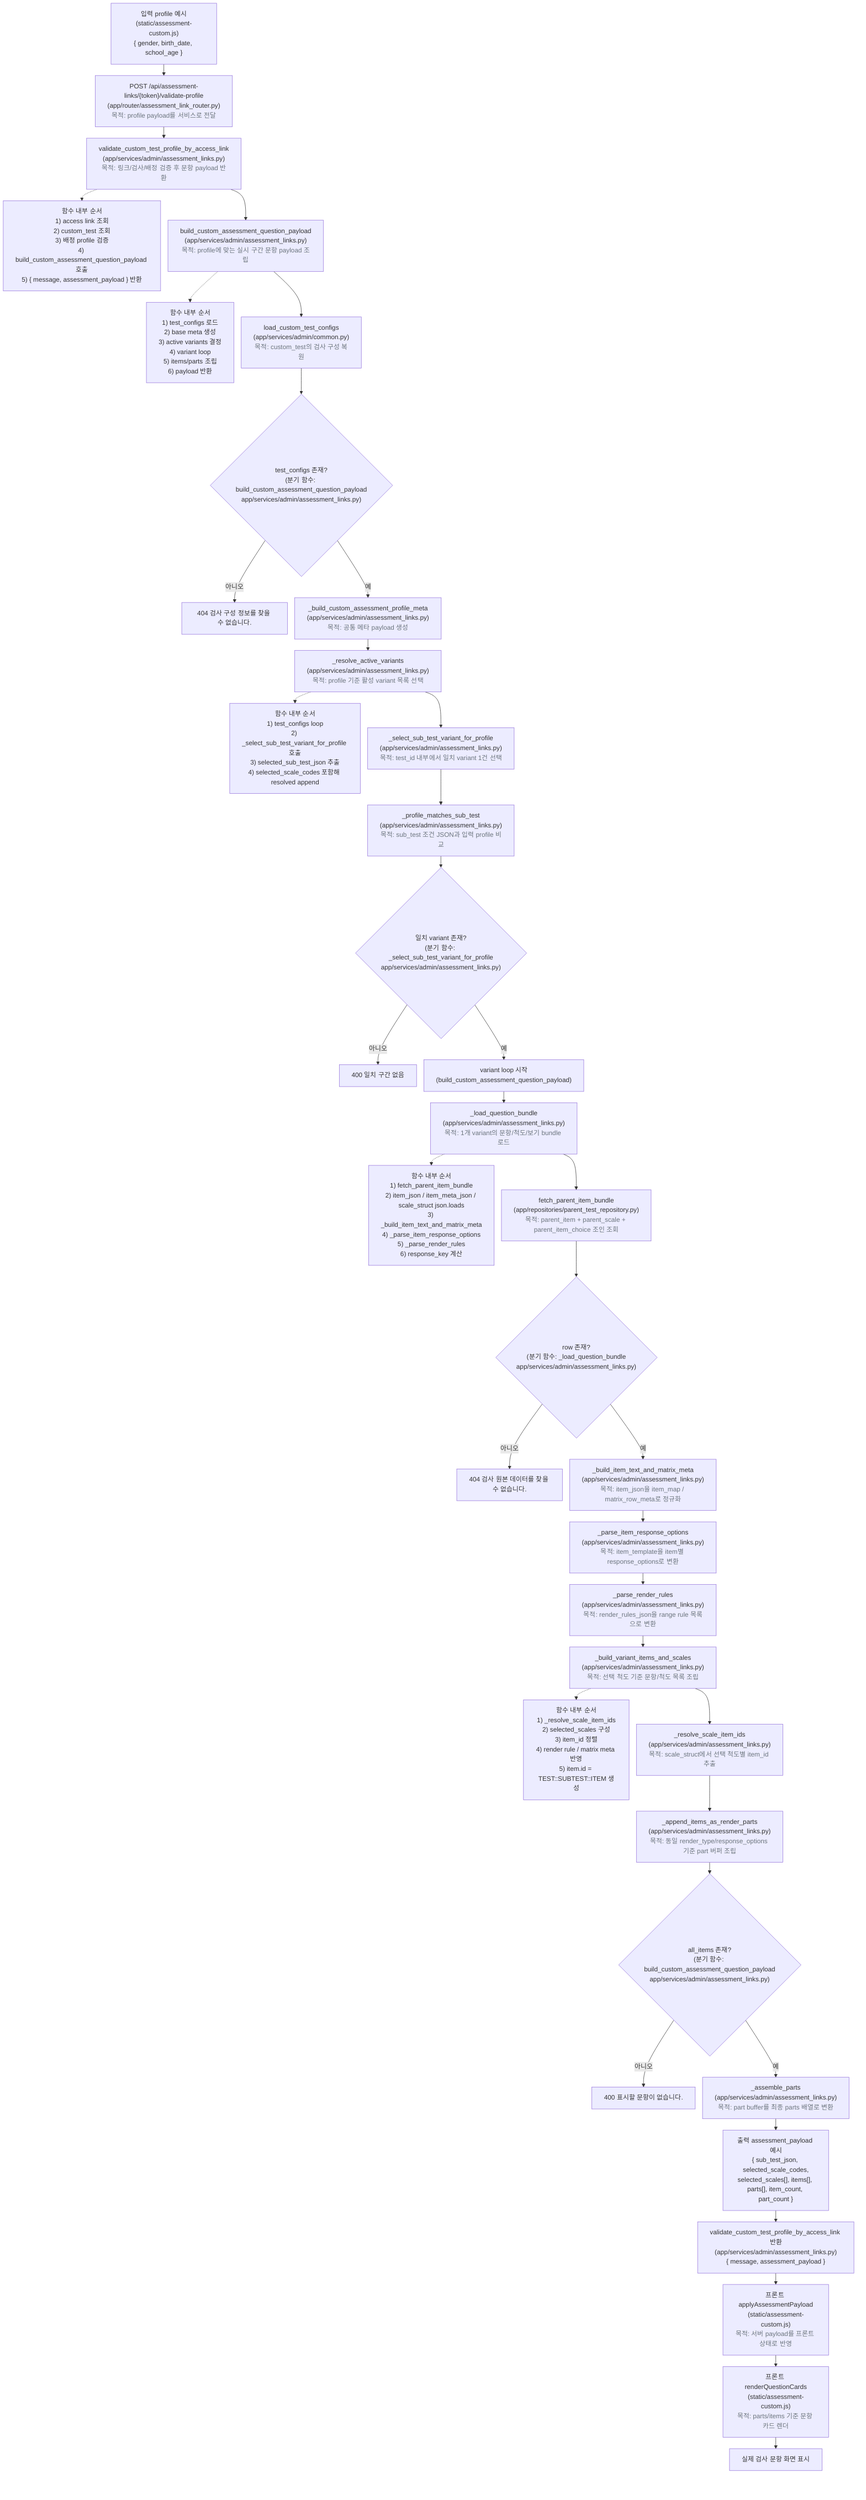
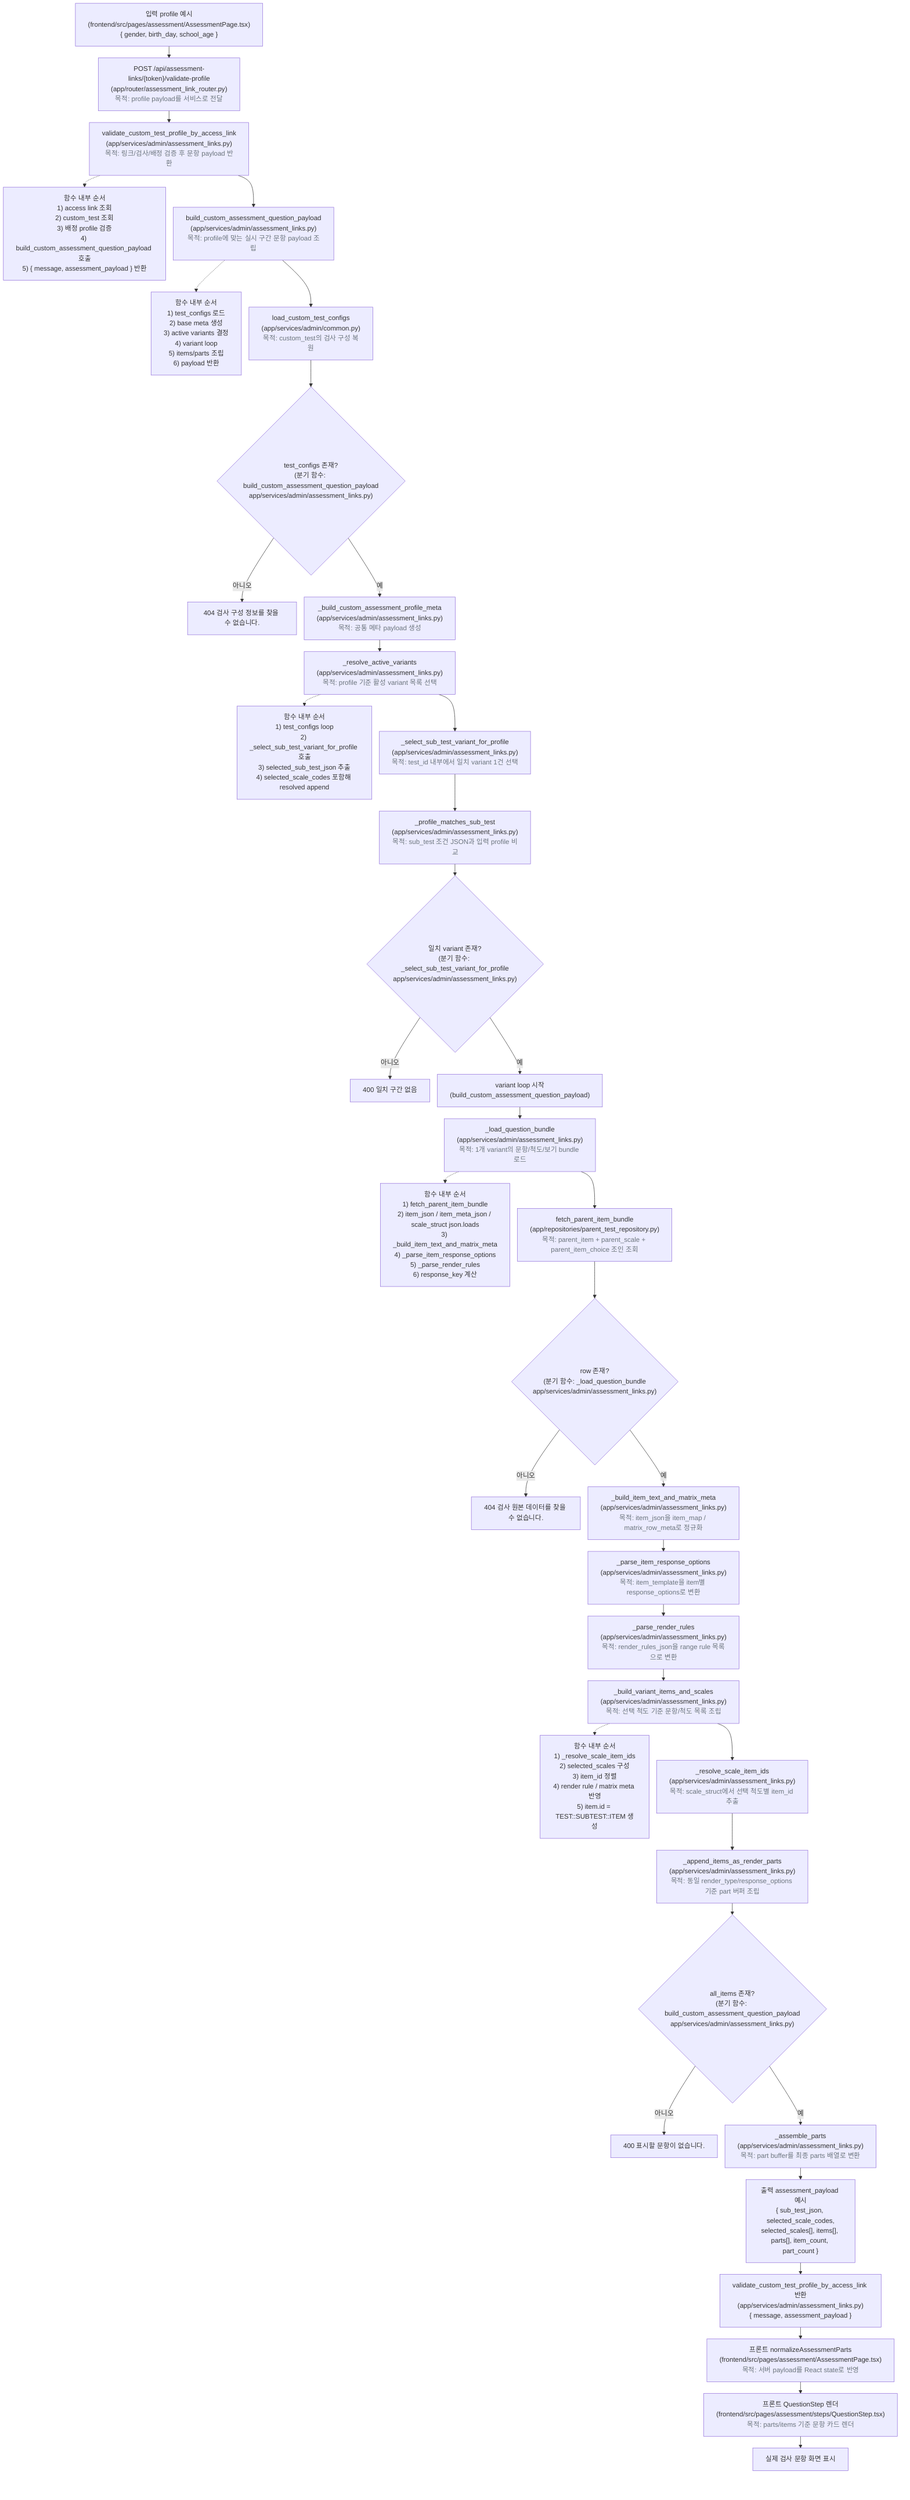
%%{init: {'flowchart': {'nodeSpacing': 18, 'rankSpacing': 28}}}%%
flowchart TD
-     A["입력 profile 예시\n(static/assessment-custom.js)\n{ gender, birth_date, school_age }"] --> A1["POST /api/assessment-links/{token}/validate-profile\n(app/router/assessment_link_router.py)<br/><span style='color:#6c757d'>목적: profile payload를 서비스로 전달</span>"]
+     A["입력 profile 예시\n(frontend/src/pages/assessment/AssessmentPage.tsx)\n{ gender, birth_day, school_age }"] --> A1["POST /api/assessment-links/{token}/validate-profile\n(app/router/assessment_link_router.py)<br/><span style='color:#6c757d'>목적: profile payload를 서비스로 전달</span>"]
    A1 --> A2["validate_custom_test_profile_by_access_link\n(app/services/admin/assessment_links.py)<br/><span style='color:#6c757d'>목적: 링크/검사/배정 검증 후 문항 payload 반환</span>"]
    A2 -.-> A2_SIDE["함수 내부 순서\n1) access link 조회\n2) custom_test 조회\n3) 배정 profile 검증\n4) build_custom_assessment_question_payload 호출\n5) { message, assessment_payload } 반환"]
    A2 --> B["build_custom_assessment_question_payload\n(app/services/admin/assessment_links.py)<br/><span style='color:#6c757d'>목적: profile에 맞는 실시 구간 문항 payload 조립</span>"]
    B -.-> B_SIDE["함수 내부 순서\n1) test_configs 로드\n2) base meta 생성\n3) active variants 결정\n4) variant loop\n5) items/parts 조립\n6) payload 반환"]

    B --> C["load_custom_test_configs\n(app/services/admin/common.py)<br/><span style='color:#6c757d'>목적: custom_test의 검사 구성 복원</span>"]
    C --> D{"test_configs 존재?\n(분기 함수: build_custom_assessment_question_payload\napp/services/admin/assessment_links.py)"}
    D -- 아니오 --> D1[404 검사 구성 정보를 찾을 수 없습니다.]
    D -- 예 --> E["_build_custom_assessment_profile_meta\n(app/services/admin/assessment_links.py)<br/><span style='color:#6c757d'>목적: 공통 메타 payload 생성</span>"]

    E --> F["_resolve_active_variants\n(app/services/admin/assessment_links.py)<br/><span style='color:#6c757d'>목적: profile 기준 활성 variant 목록 선택</span>"]
    F -.-> F_SIDE["함수 내부 순서\n1) test_configs loop\n2) _select_sub_test_variant_for_profile 호출\n3) selected_sub_test_json 추출\n4) selected_scale_codes 포함해 resolved append"]
    F --> G["_select_sub_test_variant_for_profile\n(app/services/admin/assessment_links.py)<br/><span style='color:#6c757d'>목적: test_id 내부에서 일치 variant 1건 선택</span>"]
    G --> H["_profile_matches_sub_test\n(app/services/admin/assessment_links.py)<br/><span style='color:#6c757d'>목적: sub_test 조건 JSON과 입력 profile 비교</span>"]
    H --> I{"일치 variant 존재?\n(분기 함수: _select_sub_test_variant_for_profile\napp/services/admin/assessment_links.py)"}
    I -- 아니오 --> I1[400 일치 구간 없음]
    I -- 예 --> J["variant loop 시작\n(build_custom_assessment_question_payload)"]

    J --> K["_load_question_bundle\n(app/services/admin/assessment_links.py)<br/><span style='color:#6c757d'>목적: 1개 variant의 문항/척도/보기 bundle 로드</span>"]
    K -.-> K_SIDE["함수 내부 순서\n1) fetch_parent_item_bundle\n2) item_json / item_meta_json / scale_struct json.loads\n3) _build_item_text_and_matrix_meta\n4) _parse_item_response_options\n5) _parse_render_rules\n6) response_key 계산"]
    K --> L["fetch_parent_item_bundle\n(app/repositories/parent_test_repository.py)<br/><span style='color:#6c757d'>목적: parent_item + parent_scale + parent_item_choice 조인 조회</span>"]
    L --> M{"row 존재?\n(분기 함수: _load_question_bundle\napp/services/admin/assessment_links.py)"}
    M -- 아니오 --> M1[404 검사 원본 데이터를 찾을 수 없습니다.]
    M -- 예 --> N["_build_item_text_and_matrix_meta\n(app/services/admin/assessment_links.py)<br/><span style='color:#6c757d'>목적: item_json을 item_map / matrix_row_meta로 정규화</span>"]
    N --> O["_parse_item_response_options\n(app/services/admin/assessment_links.py)<br/><span style='color:#6c757d'>목적: item_template을 item별 response_options로 변환</span>"]
    O --> P["_parse_render_rules\n(app/services/admin/assessment_links.py)<br/><span style='color:#6c757d'>목적: render_rules_json을 range rule 목록으로 변환</span>"]

    P --> Q["_build_variant_items_and_scales\n(app/services/admin/assessment_links.py)<br/><span style='color:#6c757d'>목적: 선택 척도 기준 문항/척도 목록 조립</span>"]
    Q -.-> Q_SIDE["함수 내부 순서\n1) _resolve_scale_item_ids\n2) selected_scales 구성\n3) item_id 정렬\n4) render rule / matrix meta 반영\n5) item.id = TEST::SUBTEST::ITEM 생성"]
    Q --> R["_resolve_scale_item_ids\n(app/services/admin/assessment_links.py)<br/><span style='color:#6c757d'>목적: scale_struct에서 선택 척도별 item_id 추출</span>"]
    R --> S["_append_items_as_render_parts\n(app/services/admin/assessment_links.py)<br/><span style='color:#6c757d'>목적: 동일 render_type/response_options 기준 part 버퍼 조립</span>"]
    S --> T{"all_items 존재?\n(분기 함수: build_custom_assessment_question_payload\napp/services/admin/assessment_links.py)"}
    T -- 아니오 --> T1[400 표시할 문항이 없습니다.]
    T -- 예 --> U["_assemble_parts\n(app/services/admin/assessment_links.py)<br/><span style='color:#6c757d'>목적: part buffer를 최종 parts 배열로 변환</span>"]

    U --> V["출력 assessment_payload 예시\n{ sub_test_json, selected_scale_codes,\nselected_scales[], items[], parts[], item_count, part_count }"]
    V --> V2["validate_custom_test_profile_by_access_link 반환\n(app/services/admin/assessment_links.py)\n{ message, assessment_payload }"]
-     V2 --> W["프론트 applyAssessmentPayload\n(static/assessment-custom.js)<br/><span style='color:#6c757d'>목적: 서버 payload를 프론트 상태로 반영</span>"]
-     W --> X["프론트 renderQuestionCards\n(static/assessment-custom.js)<br/><span style='color:#6c757d'>목적: parts/items 기준 문항 카드 렌더</span>"]
+     V2 --> W["프론트 normalizeAssessmentParts\n(frontend/src/pages/assessment/AssessmentPage.tsx)<br/><span style='color:#6c757d'>목적: 서버 payload를 React state로 반영</span>"]
+     W --> X["프론트 QuestionStep 렌더\n(frontend/src/pages/assessment/steps/QuestionStep.tsx)<br/><span style='color:#6c757d'>목적: parts/items 기준 문항 카드 렌더</span>"]
    X --> Y[실제 검사 문항 화면 표시]
